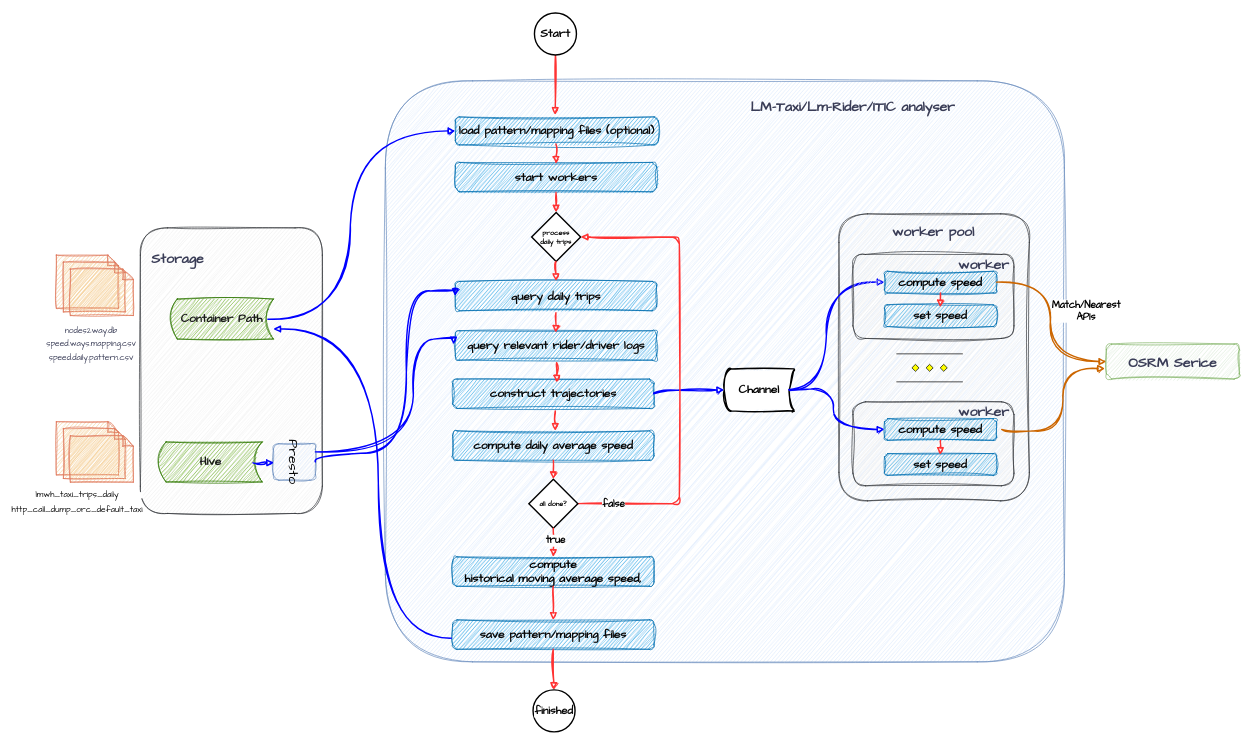
Before: page "model-generator" (6 of 9) of MapTracer-Diagram.drawio in fenwuyaoji/learngit, a draw.io diagram. Source tidied: cells renumbered, new cells numbered last; positions are measured from the earlier drawing's top-left corner, leaving out a move shared by most shapes. Both pictures are drawn from the tidied source at 70%, with x=0, y=0 at pixel (35, 13).
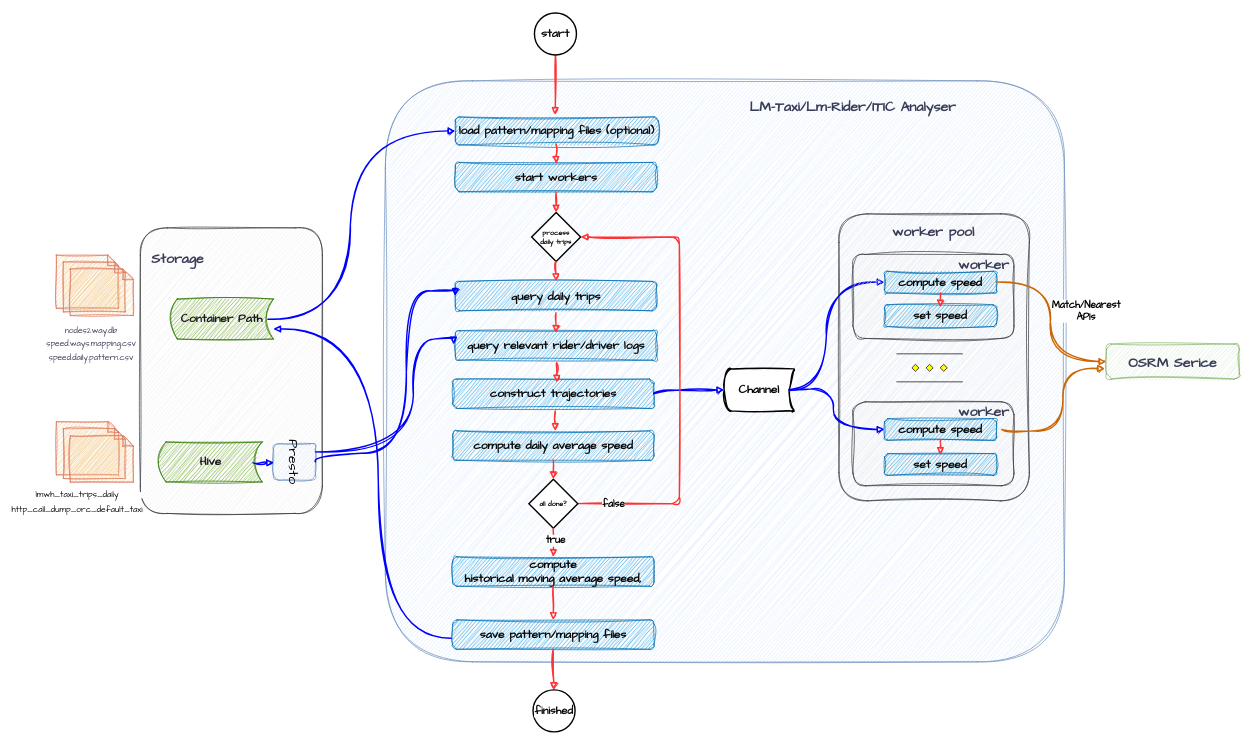
Above is the later version.

Change to the diagram source:
```diff
@@
-    <mxCell id="21" value="&lt;b style=&quot;border-color: var(--border-color);&quot;&gt;LM-Taxi/Lm-Rider/ITIC analyser&lt;/b&gt;" style="text;html=1;strokeColor=none;fillColor=none;align=center;verticalAlign=middle;whiteSpace=wrap;rounded=0;fontSize=20;fontFamily=Architects Daughter;fontColor=#393C56;" parent="1" vertex="1">
+    <mxCell id="21" value="&lt;b style=&quot;border-color: var(--border-color);&quot;&gt;LM-Taxi/Lm-Rider/ITIC Analyser&lt;/b&gt;" style="text;html=1;strokeColor=none;fillColor=none;align=center;verticalAlign=middle;whiteSpace=wrap;rounded=0;fontSize=20;fontFamily=Architects Daughter;fontColor=#393C56;" parent="1" vertex="1">
       <mxGeometry x="1011" y="118.5" width="314" height="30" as="geometry" />
     </mxCell>
@@
-    <mxCell id="35" value="&lt;span style=&quot;color: rgb(8, 8, 8); font-family: &amp;quot;Architects Daughter&amp;quot;; font-size: 17px; font-style: normal; font-variant-ligatures: normal; font-variant-caps: normal; font-weight: 700; letter-spacing: normal; orphans: 2; text-align: center; text-indent: 0px; text-transform: none; widows: 2; word-spacing: 0px; -webkit-text-stroke-width: 0px; background-color: rgb(255, 255, 255); text-decoration-thickness: initial; text-decoration-style: initial; text-decoration-color: initial; float: none; display: inline !important;&quot;&gt;Start&lt;/span&gt;" style="strokeWidth=2;html=1;shape=mxgraph.flowchart.start_2;whiteSpace=wrap;" parent="1" vertex="1">
+    <mxCell id="35" value="&lt;span style=&quot;color: rgb(8, 8, 8); font-family: &amp;quot;Architects Daughter&amp;quot;; font-size: 17px; font-style: normal; font-variant-ligatures: normal; font-variant-caps: normal; font-weight: 700; letter-spacing: normal; orphans: 2; text-align: center; text-indent: 0px; text-transform: none; widows: 2; word-spacing: 0px; -webkit-text-stroke-width: 0px; background-color: rgb(255, 255, 255); text-decoration-thickness: initial; text-decoration-style: initial; text-decoration-color: initial; float: none; display: inline !important;&quot;&gt;start&lt;/span&gt;" style="strokeWidth=2;html=1;shape=mxgraph.flowchart.start_2;whiteSpace=wrap;" parent="1" vertex="1">
       <mxGeometry x="713" width="60" height="60" as="geometry" />
     </mxCell>
```
